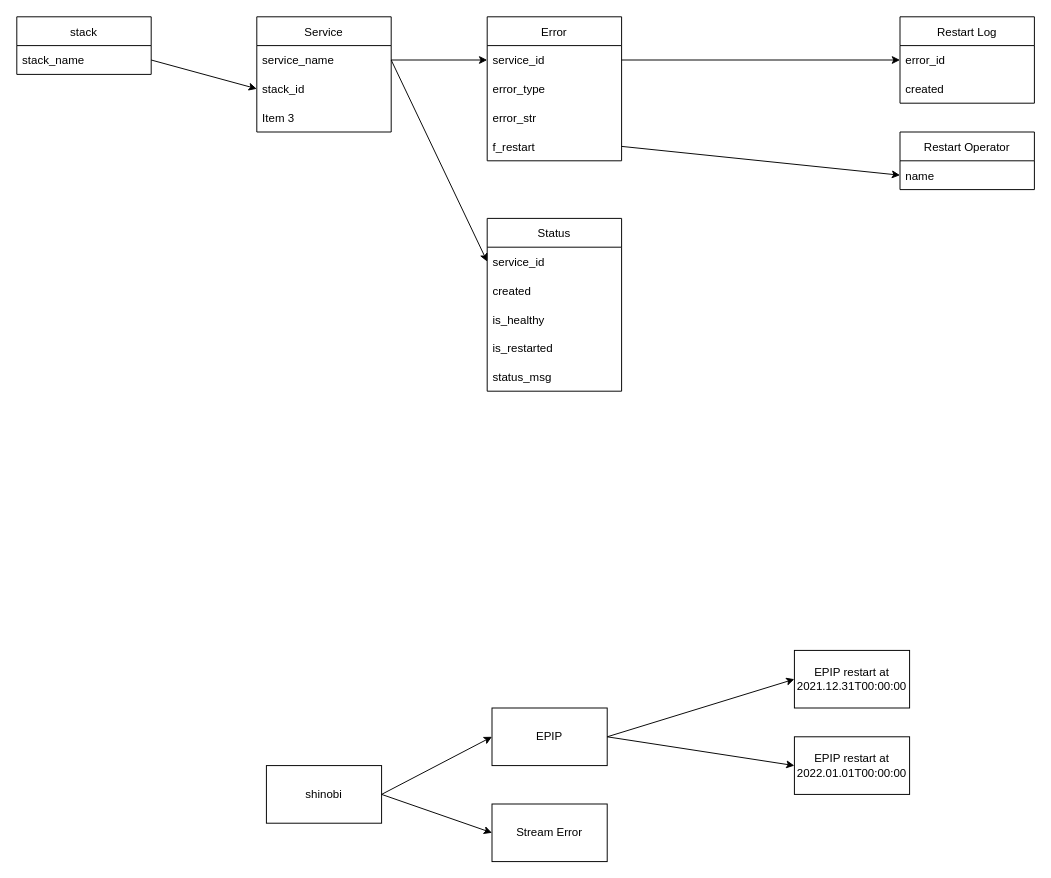
Earlier version of the draw.io diagram System Monitor Database Structure Diagram.drawio (QAlexBall/diagrams). Source tidied: cells renumbered, new cells numbered last; positions are measured from the earlier drawing's top-left corner, leaving out a move shared by most shapes. Both pictures are drawn from the tidied source at 96%, with x=0, y=0 at pixel (16, 16).
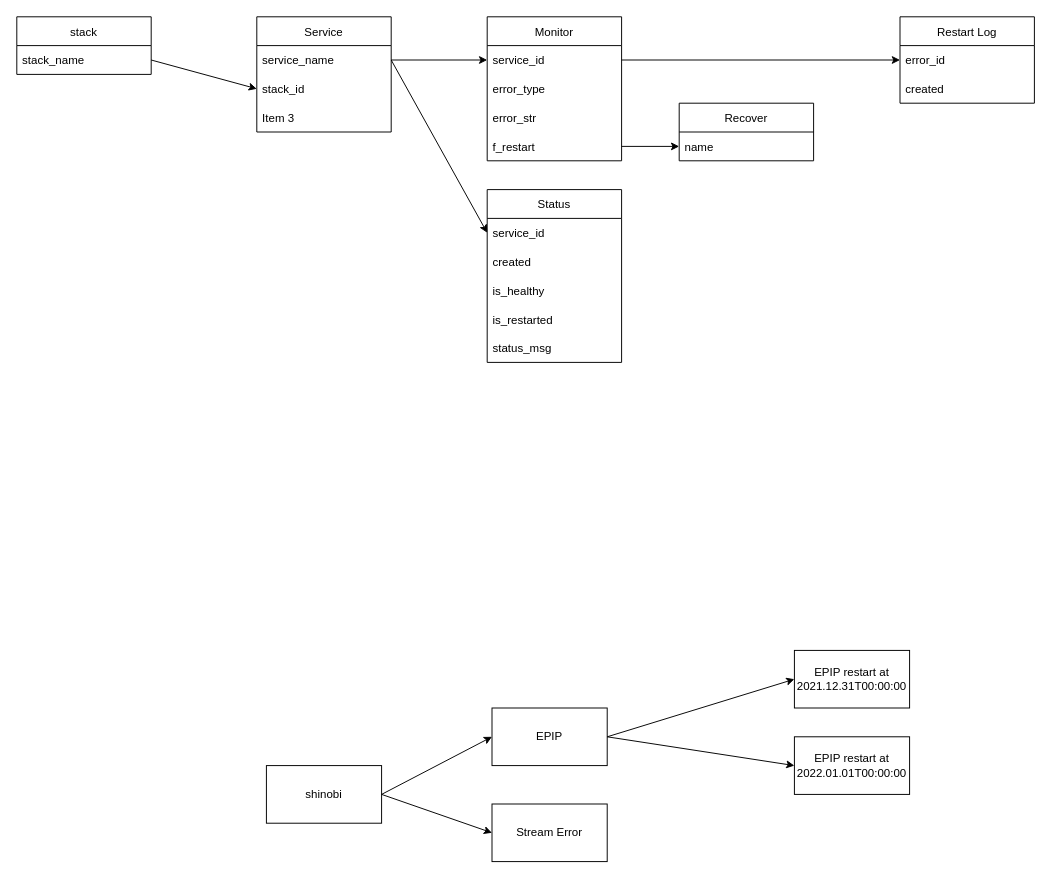
After the change.

Diff of the diagram source:
```diff
@@
-    <mxCell id="6" value="Error" style="swimlane;fontStyle=0;horizontal=1;startSize=30;" parent="1" vertex="1">
+    <mxCell id="6" value="Monitor" style="swimlane;fontStyle=0;horizontal=1;startSize=30;" parent="1" vertex="1">
       <mxGeometry x="490" width="140" height="150" as="geometry" />
     </mxCell>
@@
     <mxCell id="25" value="Status" style="swimlane;fontStyle=0;horizontal=1;startSize=30;" parent="1" vertex="1">
-      <mxGeometry x="490" y="210" width="140" height="180" as="geometry" />
+      <mxGeometry x="490" y="180" width="140" height="180" as="geometry" />
     </mxCell>
@@
-    <mxCell id="32" value="Restart Operator" style="swimlane;fontStyle=0;horizontal=1;startSize=30;" parent="1" vertex="1">
-      <mxGeometry x="920" y="120" width="140" height="60" as="geometry" />
-    </mxCell>
-    <mxCell id="33" value="name" style="text;strokeColor=none;fillColor=none;align=left;verticalAlign=middle;spacingLeft=4;spacingRight=4;overflow=hidden;points=[[0,0.5],[1,0.5]];portConstraint=eastwest;" parent="32" vertex="1">
-      <mxGeometry y="30" width="140" height="30" as="geometry" />
-    </mxCell>
@@
+    <mxCell id="38" value="Recover" style="swimlane;fontStyle=0;horizontal=1;startSize=30;" parent="1" vertex="1">
+      <mxGeometry x="690" y="90" width="140" height="60" as="geometry" />
+    </mxCell>
+    <mxCell id="33" value="name" style="text;strokeColor=none;fillColor=none;align=left;verticalAlign=middle;spacingLeft=4;spacingRight=4;overflow=hidden;points=[[0,0.5],[1,0.5]];portConstraint=eastwest;" parent="38" vertex="1">
+      <mxGeometry y="30" width="140" height="30" as="geometry" />
+    </mxCell>
```
